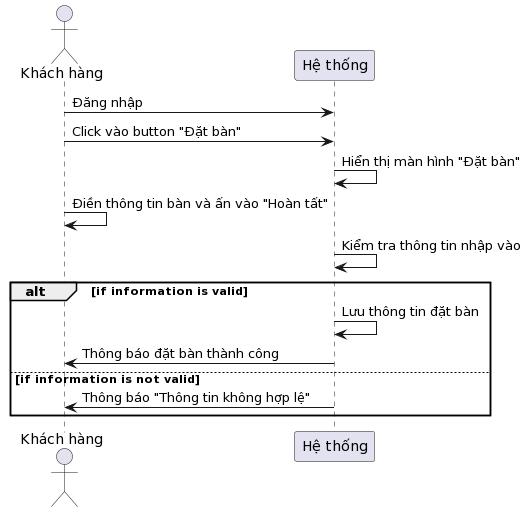
Above: Lab1.2/Khách hàng/Sequence/Đặt Bàn.png in TuanKhang123/SE357-Pratice-class (PlantUML), before the change. Source of this version:
```plantuml
@startuml
actor "Khách hàng" as KhachHang
participant "Hệ thống" as HeThong

KhachHang -> HeThong : Đăng nhập
KhachHang -> HeThong : Click vào button "Đặt bàn"
HeThong -> HeThong : Hiển thị màn hình "Đặt bàn"
KhachHang -> KhachHang : Điền thông tin bàn và ấn vào "Hoàn tất"
HeThong -> HeThong : Kiểm tra thông tin nhập vào

alt if information is valid
    HeThong -> HeThong : Lưu thông tin đặt bàn
    HeThong -> KhachHang : Thông báo đặt bàn thành công
else if information is not valid
    HeThong -> KhachHang : Thông báo "Thông tin không hợp lệ"
end
@enduml
```
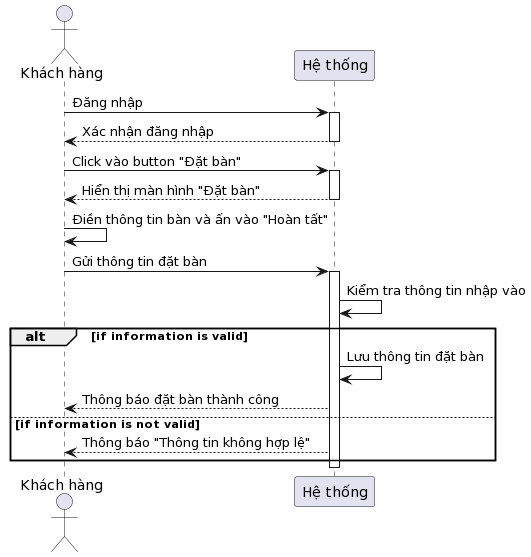
Later version of the same file.

Change to the diagram source:
```diff
@@ -3,15 +3,26 @@
 participant "Hệ thống" as HeThong
 
 KhachHang -> HeThong : Đăng nhập
+activate HeThong
+HeThong --> KhachHang : Xác nhận đăng nhập
+deactivate HeThong
+
 KhachHang -> HeThong : Click vào button "Đặt bàn"
-HeThong -> HeThong : Hiển thị màn hình "Đặt bàn"
+activate HeThong
+HeThong --> KhachHang : Hiển thị màn hình "Đặt bàn"
+deactivate HeThong
+
 KhachHang -> KhachHang : Điền thông tin bàn và ấn vào "Hoàn tất"
+KhachHang -> HeThong : Gửi thông tin đặt bàn
+activate HeThong
 HeThong -> HeThong : Kiểm tra thông tin nhập vào
 
 alt if information is valid
     HeThong -> HeThong : Lưu thông tin đặt bàn
-    HeThong -> KhachHang : Thông báo đặt bàn thành công
+    HeThong --> KhachHang : Thông báo đặt bàn thành công
 else if information is not valid
-    HeThong -> KhachHang : Thông báo "Thông tin không hợp lệ"
+    HeThong --> KhachHang : Thông báo "Thông tin không hợp lệ"
 end
+
+deactivate HeThong
 @enduml
```
